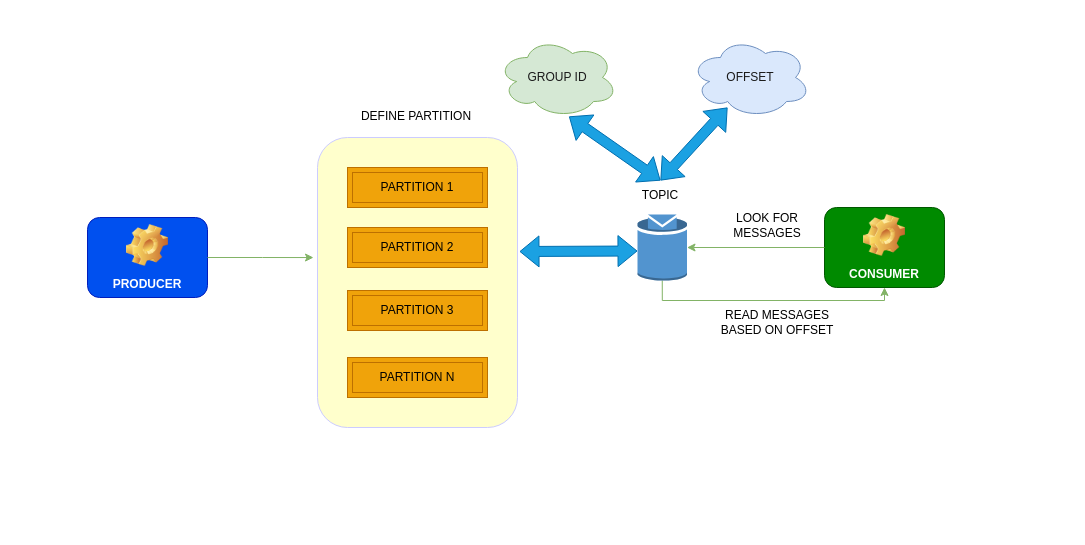
raktim74/msgQ keeps this draw.io diagram as img/draw.io/msgQ.drawio. Above is the earlier version. Source tidied: cells renumbered, new cells numbered last; positions are measured from the earlier drawing's top-left corner, leaving out a move shared by most shapes. Both pictures are drawn from the tidied source at 100%, with x=0, y=0 at pixel (87, 37).
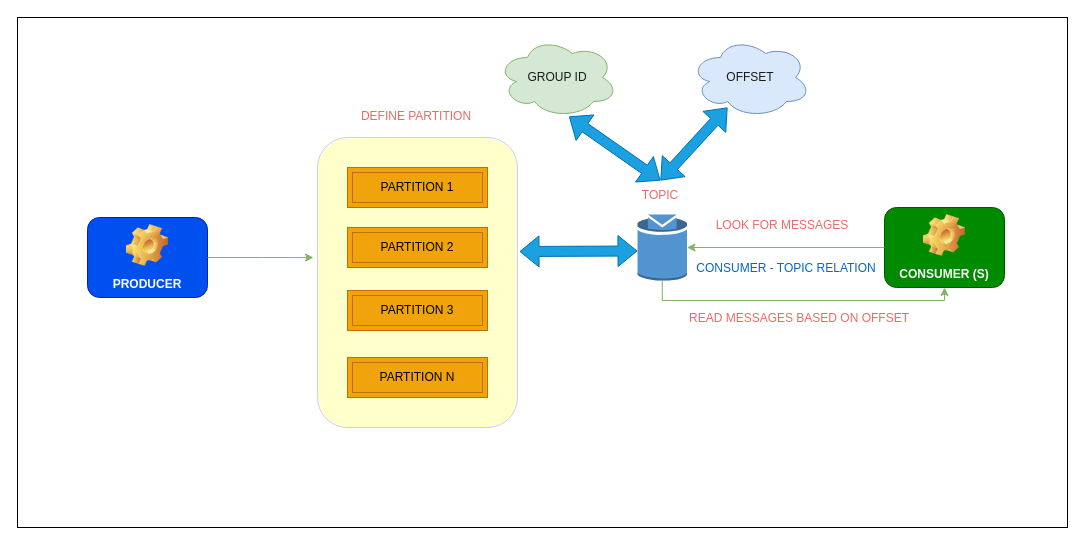
After the change.

Unchanged cells that the change refers to:
```xml
<mxCell id="7" style="rounded=1;whiteSpace=wrap;html=1;strokeColor=#CCCCFF;fillColor=#FFFFCC;" parent="1" vertex="1">
  <mxGeometry x="230" y="100" width="200" height="290" as="geometry" />
</mxCell>
```

Change to the diagram source:
```diff
@@
-    <mxCell id="2" value="PRODUCER" style="label;whiteSpace=wrap;html=1;align=center;verticalAlign=bottom;spacingLeft=0;spacingBottom=4;imageAlign=center;imageVerticalAlign=top;image=img/clipart/Gear_128x128.png;fillColor=#0050ef;fontColor=#ffffff;strokeColor=#001DBC;" parent="1" vertex="1">
-      <mxGeometry y="180" width="120" height="80" as="geometry" />
-    </mxCell>
+    <mxCell id="22" style="rounded=0;whiteSpace=wrap;html=1;" parent="1" vertex="1">
+      <mxGeometry x="-70" y="-20" width="1050" height="510" as="geometry" />
+    </mxCell>
-    <mxCell id="3" value="CONSUMER" style="label;whiteSpace=wrap;html=1;align=center;verticalAlign=bottom;spacingLeft=0;spacingBottom=4;imageAlign=center;imageVerticalAlign=top;image=img/clipart/Gear_128x128.png;fillColor=#008a00;fontColor=#ffffff;strokeColor=#005700;" parent="1" vertex="1">
-      <mxGeometry x="737" y="170" width="120" height="80" as="geometry" />
+    <mxCell id="3" value="CONSUMER (S)" style="label;whiteSpace=wrap;html=1;align=center;verticalAlign=bottom;spacingLeft=0;spacingBottom=4;imageAlign=center;imageVerticalAlign=top;image=img/clipart/Gear_128x128.png;fillColor=#008a00;fontColor=#ffffff;strokeColor=#005700;" parent="1" vertex="1">
+      <mxGeometry x="797" y="170" width="120" height="80" as="geometry" />
     </mxCell>
@@
-    <mxCell id="12" value="DEFINE PARTITION" style="text;html=1;whiteSpace=wrap;strokeColor=none;fillColor=none;align=center;verticalAlign=middle;rounded=0;" parent="1" vertex="1">
+    <mxCell id="12" value="&lt;font style=&quot;color: rgb(234, 107, 102);&quot;&gt;DEFINE PARTITION&lt;/font&gt;" style="text;html=1;whiteSpace=wrap;strokeColor=none;fillColor=none;align=center;verticalAlign=middle;rounded=0;" parent="1" vertex="1">
       <mxGeometry x="244" y="64" width="170" height="30" as="geometry" />
     </mxCell>
@@
-    <mxCell id="14" style="edgeStyle=orthogonalEdgeStyle;rounded=0;jettySize=auto;html=1;entryX=-0.02;entryY=0.414;entryDx=0;entryDy=0;entryPerimeter=0;flowAnimation=1;fillColor=#d5e8d4;strokeColor=#82b366;" parent="1" edge="1" source="2" target="7">
-      <mxGeometry relative="1" as="geometry" />
-    </mxCell>
-    <mxCell id="15" value="TOPIC" style="text;html=1;whiteSpace=wrap;strokeColor=none;fillColor=none;align=center;verticalAlign=middle;rounded=0;" parent="1" vertex="1">
+    <mxCell id="15" value="&lt;font style=&quot;color: rgb(234, 107, 102);&quot;&gt;TOPIC&lt;/font&gt;" style="text;html=1;whiteSpace=wrap;strokeColor=none;fillColor=none;align=center;verticalAlign=middle;rounded=0;" parent="1" vertex="1">
       <mxGeometry x="543" y="143" width="60" height="30" as="geometry" />
     </mxCell>
@@
-    <mxCell id="20" value="LOOK FOR MESSAGES" style="text;html=1;whiteSpace=wrap;strokeColor=none;fillColor=none;align=center;verticalAlign=middle;rounded=0;" parent="1" vertex="1">
-      <mxGeometry x="650" y="173" width="60" height="30" as="geometry" />
+    <mxCell id="20" value="&lt;font style=&quot;color: rgb(234, 107, 102);&quot;&gt;LOOK FOR MESSAGES&lt;/font&gt;" style="text;html=1;whiteSpace=wrap;strokeColor=none;fillColor=none;align=center;verticalAlign=middle;rounded=0;" parent="1" vertex="1">
+      <mxGeometry x="620" y="173" width="150" height="30" as="geometry" />
     </mxCell>
-    <mxCell id="21" value="READ MESSAGES BASED ON OFFSET" style="text;html=1;whiteSpace=wrap;strokeColor=none;fillColor=none;align=center;verticalAlign=middle;rounded=0;" parent="1" vertex="1">
-      <mxGeometry x="620" y="270" width="140" height="30" as="geometry" />
+    <mxCell id="21" value="&lt;font style=&quot;color: rgb(234, 107, 102);&quot;&gt;READ MESSAGES BASED ON OFFSET&lt;/font&gt;" style="text;html=1;whiteSpace=wrap;strokeColor=none;fillColor=none;align=center;verticalAlign=middle;rounded=0;" parent="1" vertex="1">
+      <mxGeometry x="597" y="266" width="230" height="30" as="geometry" />
     </mxCell>
+    <mxCell id="23" value="&lt;font style=&quot;color: rgb(0, 102, 204);&quot;&gt;CONSUMER - TOPIC RELATION&lt;/font&gt;&lt;div&gt;&lt;br&gt;&lt;/div&gt;" style="text;html=1;whiteSpace=wrap;strokeColor=none;fillColor=none;align=center;verticalAlign=middle;rounded=0;" parent="1" vertex="1">
+      <mxGeometry x="599" y="223" width="200" height="30" as="geometry" />
+    </mxCell>
+    <mxCell id="2" value="PRODUCER" style="label;whiteSpace=wrap;html=1;align=center;verticalAlign=bottom;spacingLeft=0;spacingBottom=4;imageAlign=center;imageVerticalAlign=top;image=img/clipart/Gear_128x128.png;fillColor=#0050ef;fontColor=#ffffff;strokeColor=#001DBC;" parent="1" vertex="1">
+      <mxGeometry y="180" width="120" height="80" as="geometry" />
+    </mxCell>
+    <mxCell id="14" style="edgeStyle=orthogonalEdgeStyle;rounded=0;jettySize=auto;html=1;entryX=-0.02;entryY=0.414;entryDx=0;entryDy=0;entryPerimeter=0;flowAnimation=1;fillColor=#d5e8d4;strokeColor=#82b366;" parent="1" edge="1" source="2" target="7">
+      <mxGeometry relative="1" as="geometry" />
+    </mxCell>
```
